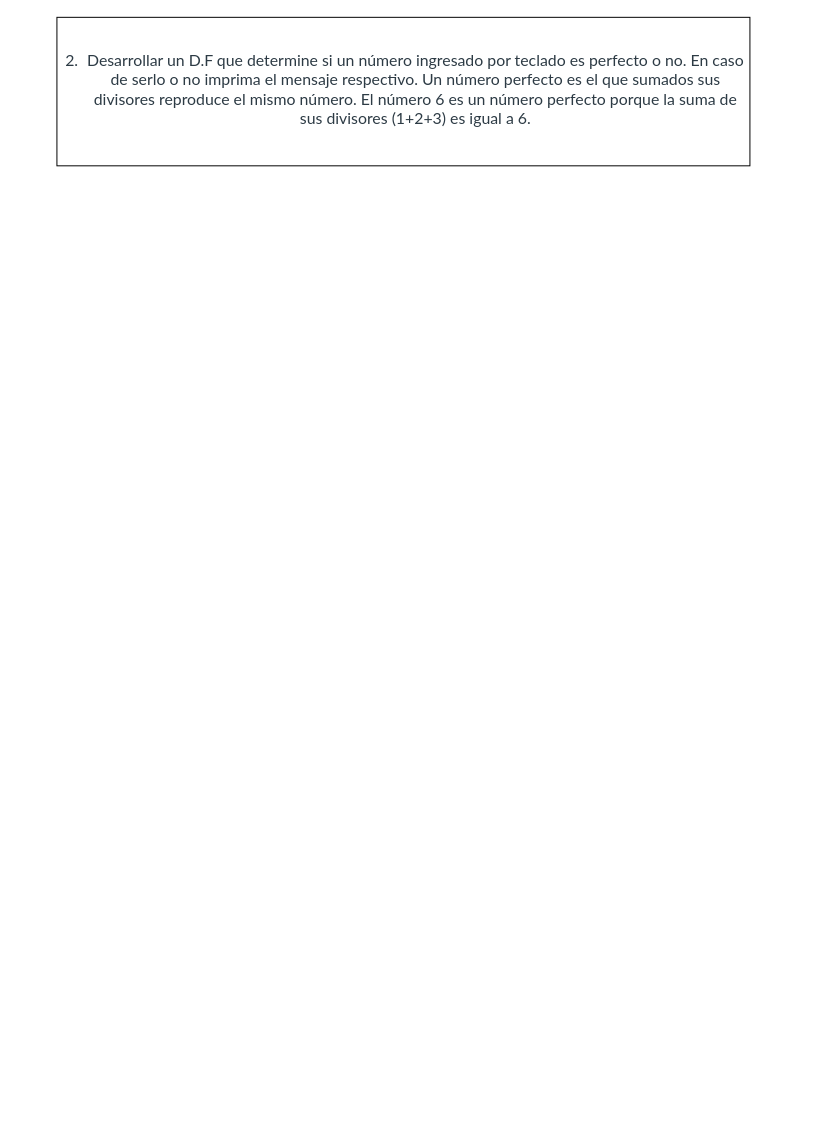
The draw.io diagram page "Page-3" (3 of 4) of Untitled Diagram.drawio in 12RodrigoDuran/Formula, before the edit. Source tidied: cells renumbered, new cells numbered last; positions are measured from the earlier drawing's top-left corner, leaving out a move shared by most shapes. Both pictures are drawn from the tidied source at 99%, with x=0, y=0 at pixel (56, 17).
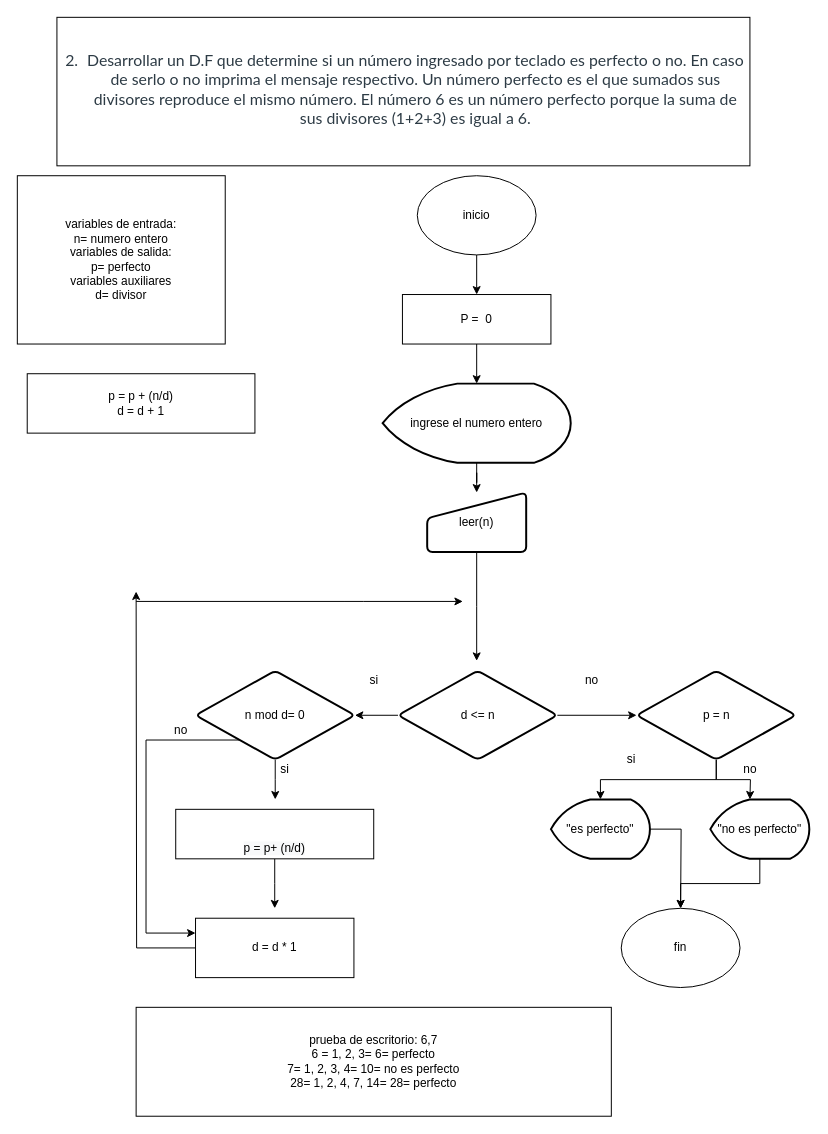
The same diagram, later.

Diff of the diagram source:
```diff
@@
+    <mxCell id="3" value="variables de entrada:&lt;br&gt;n= numero entero&lt;br&gt;variables de salida:&lt;br&gt;p= perfecto&lt;br&gt;variables auxiliares&lt;br&gt;d= divisor" style="rounded=0;whiteSpace=wrap;html=1;" parent="1" vertex="1">
+      <mxGeometry x="-40" y="160" width="210" height="170" as="geometry" />
+    </mxCell>
+    <mxCell id="4" style="edgeStyle=orthogonalEdgeStyle;rounded=0;jettySize=auto;html=1;" parent="1" edge="1" source="5" target="7">
+      <mxGeometry relative="1" as="geometry" />
+    </mxCell>
+    <mxCell id="5" value="inicio" style="ellipse;whiteSpace=wrap;html=1;" parent="1" vertex="1">
+      <mxGeometry x="364" y="160" width="120" height="80" as="geometry" />
+    </mxCell>
+    <mxCell id="6" style="edgeStyle=orthogonalEdgeStyle;rounded=0;jettySize=auto;html=1;" parent="1" edge="1" source="7" target="9">
+      <mxGeometry relative="1" as="geometry" />
+    </mxCell>
+    <mxCell id="7" value="P =&amp;nbsp; 0" style="whiteSpace=wrap;html=1;" parent="1" vertex="1">
+      <mxGeometry x="349" y="280" width="150" height="50" as="geometry" />
+    </mxCell>
+    <mxCell id="8" style="edgeStyle=orthogonalEdgeStyle;rounded=0;jettySize=auto;html=1;" parent="1" edge="1" source="9" target="11">
+      <mxGeometry relative="1" as="geometry" />
+    </mxCell>
+    <mxCell id="9" value="ingrese el numero entero" style="strokeWidth=2;html=1;shape=mxgraph.flowchart.display;whiteSpace=wrap;" parent="1" vertex="1">
+      <mxGeometry x="329" y="370" width="190" height="80" as="geometry" />
+    </mxCell>
+    <mxCell id="10" style="edgeStyle=orthogonalEdgeStyle;rounded=0;jettySize=auto;html=1;" parent="1" edge="1" source="11">
+      <mxGeometry relative="1" as="geometry">
+        <mxPoint x="424" y="650" as="targetPoint" />
+      </mxGeometry>
+    </mxCell>
+    <mxCell id="11" value="leer(n)" style="html=1;strokeWidth=2;shape=manualInput;whiteSpace=wrap;rounded=1;size=26;arcSize=11;" parent="1" vertex="1">
+      <mxGeometry x="374" y="480" width="100" height="60" as="geometry" />
+    </mxCell>
+    <mxCell id="12" style="edgeStyle=orthogonalEdgeStyle;rounded=0;jettySize=auto;html=1;" parent="1" edge="1" source="14" target="17">
+      <mxGeometry relative="1" as="geometry" />
+    </mxCell>
+    <mxCell id="13" style="edgeStyle=orthogonalEdgeStyle;rounded=0;jettySize=auto;html=1;" parent="1" edge="1" source="14" target="25">
+      <mxGeometry relative="1" as="geometry" />
+    </mxCell>
+    <mxCell id="14" value="d &amp;lt;= n" style="rhombus;whiteSpace=wrap;html=1;rounded=1;strokeWidth=2;arcSize=11;" parent="1" vertex="1">
+      <mxGeometry x="344.5" y="660" width="161" height="90" as="geometry" />
+    </mxCell>
+    <mxCell id="15" style="edgeStyle=orthogonalEdgeStyle;rounded=0;jettySize=auto;html=1;" parent="1" edge="1" source="17">
+      <mxGeometry relative="1" as="geometry">
+        <mxPoint x="220.5" y="790" as="targetPoint" />
+      </mxGeometry>
+    </mxCell>
+    <mxCell id="16" style="edgeStyle=orthogonalEdgeStyle;rounded=0;jettySize=auto;html=1;entryX=0;entryY=0.25;entryDx=0;entryDy=0;" parent="1" edge="1" source="17" target="22">
+      <mxGeometry relative="1" as="geometry">
+        <Array as="points">
+          <mxPoint x="90" y="730" />
+          <mxPoint x="90" y="925" />
+        </Array>
+      </mxGeometry>
+    </mxCell>
+    <mxCell id="17" value="n mod d= 0" style="rhombus;whiteSpace=wrap;html=1;rounded=1;strokeWidth=2;arcSize=11;" parent="1" vertex="1">
+      <mxGeometry x="140" y="660" width="161" height="90" as="geometry" />
+    </mxCell>
+    <mxCell id="18" value="si" style="text;html=1;align=center;verticalAlign=middle;" parent="1" vertex="1">
+      <mxGeometry x="310" y="660" width="20" height="20" as="geometry" />
+    </mxCell>
+    <mxCell id="19" style="edgeStyle=orthogonalEdgeStyle;rounded=0;jettySize=auto;html=1;exitX=0.5;exitY=1;exitDx=0;exitDy=0;" parent="1" edge="1" source="20">
+      <mxGeometry relative="1" as="geometry">
+        <mxPoint x="220" y="900" as="targetPoint" />
+      </mxGeometry>
+    </mxCell>
+    <mxCell id="20" value="&lt;br&gt;&lt;br&gt;&lt;span style=&quot;color: rgb(0 , 0 , 0) ; font-family: &amp;#34;helvetica&amp;#34; ; font-size: 12px ; font-style: normal ; font-weight: 400 ; letter-spacing: normal ; text-align: center ; text-indent: 0px ; text-transform: none ; word-spacing: 0px ; background-color: rgb(248 , 249 , 250) ; display: inline ; float: none&quot;&gt;p = p+ (n/d)&lt;/span&gt;&lt;br&gt;" style="rounded=0;whiteSpace=wrap;html=1;" parent="1" vertex="1">
+      <mxGeometry x="120" y="800" width="200" height="50" as="geometry" />
+    </mxCell>
+    <mxCell id="21" style="edgeStyle=orthogonalEdgeStyle;rounded=0;jettySize=auto;html=1;" parent="1" edge="1" source="22">
+      <mxGeometry relative="1" as="geometry">
+        <mxPoint x="80" y="580" as="targetPoint" />
+      </mxGeometry>
+    </mxCell>
+    <mxCell id="22" value="d = d * 1" style="rounded=0;whiteSpace=wrap;html=1;" parent="1" vertex="1">
+      <mxGeometry x="140" y="910" width="160" height="60" as="geometry" />
+    </mxCell>
+    <mxCell id="23" style="edgeStyle=orthogonalEdgeStyle;rounded=0;jettySize=auto;html=1;" parent="1" edge="1" source="25" target="27">
+      <mxGeometry relative="1" as="geometry" />
+    </mxCell>
+    <mxCell id="24" style="edgeStyle=orthogonalEdgeStyle;rounded=0;jettySize=auto;html=1;" parent="1" edge="1" source="25">
+      <mxGeometry relative="1" as="geometry">
+        <mxPoint x="700" y="790" as="targetPoint" />
+      </mxGeometry>
+    </mxCell>
+    <mxCell id="25" value="p = n" style="rhombus;whiteSpace=wrap;html=1;rounded=1;strokeWidth=2;arcSize=11;" parent="1" vertex="1">
+      <mxGeometry x="585.5" y="660" width="161" height="90" as="geometry" />
+    </mxCell>
+    <mxCell id="26" style="edgeStyle=orthogonalEdgeStyle;rounded=0;jettySize=auto;html=1;" parent="1" edge="1" source="27">
+      <mxGeometry relative="1" as="geometry">
+        <mxPoint x="630" y="900" as="targetPoint" />
+      </mxGeometry>
+    </mxCell>
+    <mxCell id="27" value="&quot;es perfecto&quot;" style="strokeWidth=2;html=1;shape=mxgraph.flowchart.display;whiteSpace=wrap;" parent="1" vertex="1">
+      <mxGeometry x="499" y="790" width="100" height="60" as="geometry" />
+    </mxCell>
+    <mxCell id="28" style="edgeStyle=orthogonalEdgeStyle;rounded=0;jettySize=auto;html=1;" parent="1" edge="1" source="29" target="30">
+      <mxGeometry relative="1" as="geometry" />
+    </mxCell>
+    <mxCell id="29" value="&quot;no es perfecto&quot;" style="strokeWidth=2;html=1;shape=mxgraph.flowchart.display;whiteSpace=wrap;" parent="1" vertex="1">
+      <mxGeometry x="660" y="790" width="100" height="60" as="geometry" />
+    </mxCell>
+    <mxCell id="30" value="fin" style="ellipse;whiteSpace=wrap;html=1;" parent="1" vertex="1">
+      <mxGeometry x="570" y="900" width="120" height="80" as="geometry" />
+    </mxCell>
+    <mxCell id="31" value="si" style="text;html=1;align=center;verticalAlign=middle;" parent="1" vertex="1">
+      <mxGeometry x="570" y="740" width="20" height="20" as="geometry" />
+    </mxCell>
+    <mxCell id="32" value="no" style="text;html=1;align=center;verticalAlign=middle;" parent="1" vertex="1">
+      <mxGeometry x="685" y="750" width="30" height="20" as="geometry" />
+    </mxCell>
+    <mxCell id="33" value="no" style="text;html=1;align=center;verticalAlign=middle;" parent="1" vertex="1">
+      <mxGeometry x="525" y="660" width="30" height="20" as="geometry" />
+    </mxCell>
+    <mxCell id="34" style="endArrow=classic;html=1;" parent="1" edge="1">
+      <mxGeometry relative="1" as="geometry">
+        <mxPoint x="80" y="590" as="sourcePoint" />
+        <mxPoint x="410" y="590" as="targetPoint" />
+        <Array as="points">
+          <mxPoint x="300" y="590" />
+        </Array>
+      </mxGeometry>
+    </mxCell>
+    <mxCell id="35" value="p = p + (n/d)&lt;br&gt;d = d + 1" style="rounded=0;whiteSpace=wrap;html=1;" parent="1" vertex="1">
+      <mxGeometry x="-30" y="360" width="230" height="60" as="geometry" />
+    </mxCell>
+    <mxCell id="36" value="prueba de escritorio: 6,7&lt;br&gt;6 = 1, 2, 3= 6= perfecto&lt;br&gt;7= 1, 2, 3, 4= 10= no es perfecto&lt;br&gt;28= 1, 2, 4, 7, 14= 28= perfecto" style="rounded=0;whiteSpace=wrap;html=1;" parent="1" vertex="1">
+      <mxGeometry x="80" y="1000" width="480" height="110" as="geometry" />
+    </mxCell>
+    <mxCell id="37" value="no" style="text;html=1;align=center;verticalAlign=middle;" parent="1" vertex="1">
+      <mxGeometry x="110" y="710" width="30" height="20" as="geometry" />
+    </mxCell>
+    <mxCell id="38" value="si" style="text;html=1;align=center;verticalAlign=middle;" parent="1" vertex="1">
+      <mxGeometry x="220" y="750" width="20" height="20" as="geometry" />
+    </mxCell>
```
